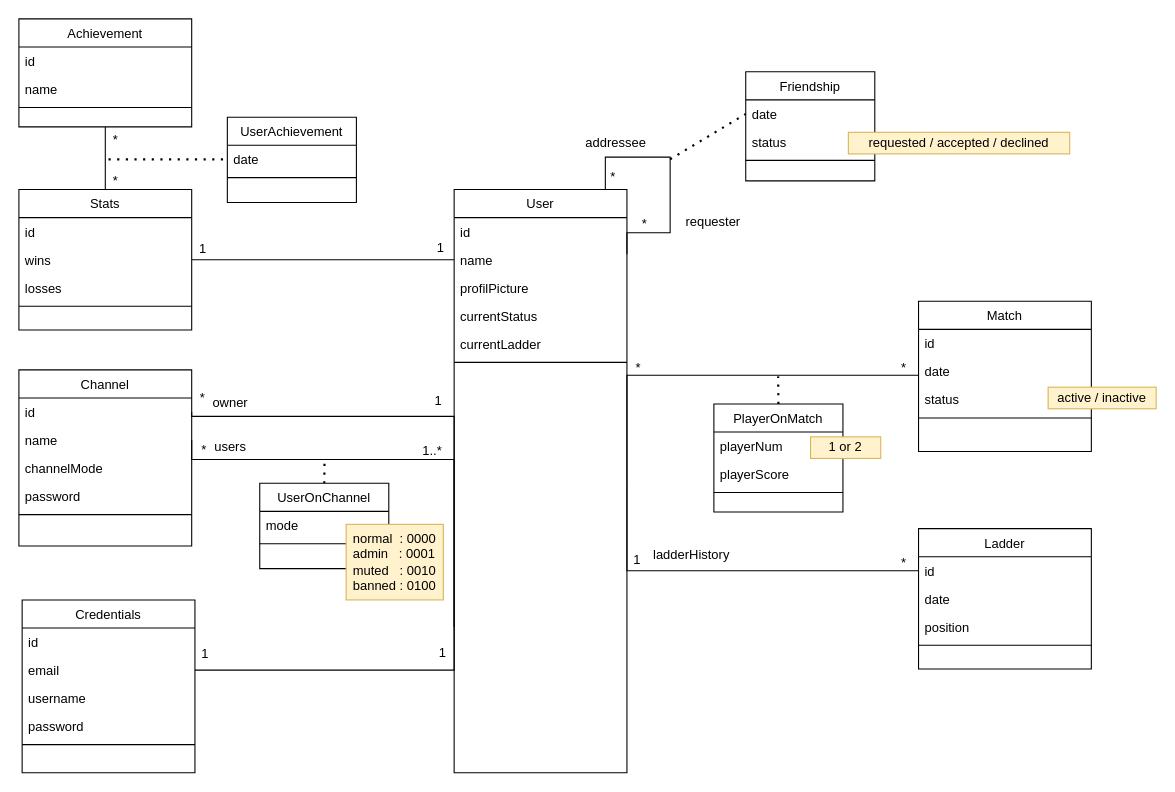
Earlier version of the draw.io diagram doc/datamodel.drawio (transcendence-42/ft_transcendence). Source tidied: cells renumbered, new cells numbered last; positions are measured from the earlier drawing's top-left corner, leaving out a move shared by most shapes. Both pictures are drawn from the tidied source at 108%, with x=0, y=0 at pixel (18, 18).
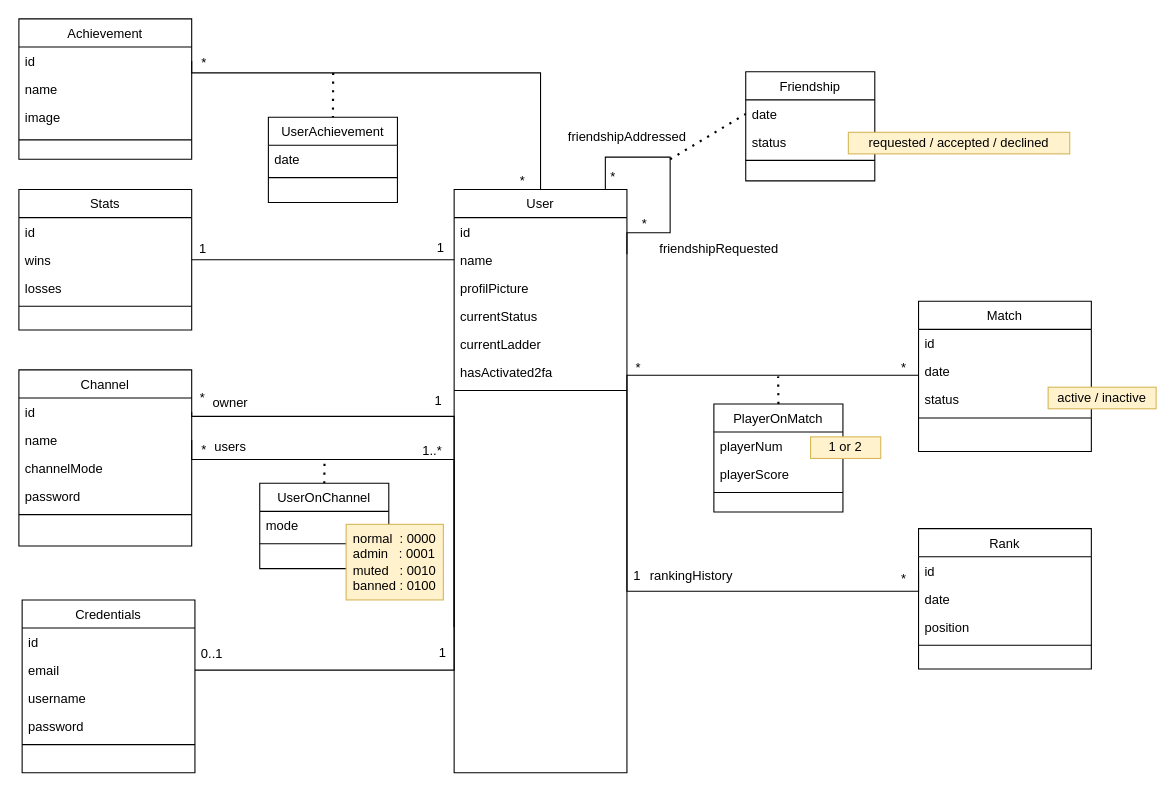
The same diagram, later.

Unchanged cells that the change refers to:
```xml
<mxCell id="2" value="User" style="swimlane;fontStyle=0;align=center;verticalAlign=top;horizontal=1;startSize=26;rounded=0;shadow=0;strokeWidth=1;" parent="1" vertex="1">
  <mxGeometry x="403" y="158" width="160" height="540" as="geometry" />
</mxCell>
<mxCell id="12" value="Stats" style="swimlane;fontStyle=0;align=center;verticalAlign=top;horizontal=1;startSize=26;rounded=0;shadow=0;strokeWidth=1;" parent="1" vertex="1">
  <mxGeometry y="158" width="160" height="130" as="geometry" />
</mxCell>
<mxCell id="19" value="id" style="text;align=left;verticalAlign=top;spacingLeft=4;spacingRight=4;overflow=hidden;points=[[0,0.5],[1,0.5]];portConstraint=eastwest;" parent="18" vertex="1">
  <mxGeometry y="26" width="160" height="26" as="geometry" />
</mxCell>
<mxCell id="75" value="id" style="text;align=left;verticalAlign=top;spacingLeft=4;spacingRight=4;overflow=hidden;points=[[0,0.5],[1,0.5]];portConstraint=eastwest;" parent="74" vertex="1">
  <mxGeometry y="26" width="160" height="26" as="geometry" />
</mxCell>
<mxCell id="82" value="date" style="text;align=left;verticalAlign=top;spacingLeft=4;spacingRight=4;overflow=hidden;points=[[0,0.5],[1,0.5]];portConstraint=eastwest;" parent="81" vertex="1">
  <mxGeometry y="26" width="119.5" height="26" as="geometry" />
</mxCell>
```

Diff of the diagram source:
```diff
@@
+    <mxCell id="91" value="hasActivated2fa" style="text;align=left;verticalAlign=top;spacingLeft=4;spacingRight=4;overflow=hidden;rounded=0;shadow=0;html=0;" parent="2" vertex="1">
+      <mxGeometry y="156" width="160" height="26" as="geometry" />
+    </mxCell>
     <mxCell id="11" style="line;html=1;strokeWidth=1;align=left;verticalAlign=middle;spacingTop=-1;spacingLeft=3;spacingRight=3;labelPosition=right;" parent="2" vertex="1">
-      <mxGeometry y="156" width="160" height="8" as="geometry" />
+      <mxGeometry y="182" width="160" height="8" as="geometry" />
     </mxCell>
@@
-    <mxCell id="17" value="addressee" style="text;html=1;strokeColor=none;fillColor=none;align=center;verticalAlign=middle;whiteSpace=wrap;rounded=0;" parent="1" vertex="1">
-      <mxGeometry x="523" y="100" width="60" height="30" as="geometry" />
+    <mxCell id="17" value="friendshipAddressed" style="text;html=1;strokeColor=none;fillColor=none;align=center;verticalAlign=middle;whiteSpace=wrap;rounded=0;" parent="1" vertex="1">
+      <mxGeometry x="505" y="95" width="117" height="30" as="geometry" />
     </mxCell>
-    <mxCell id="18" value="Ladder" style="swimlane;fontStyle=0;align=center;verticalAlign=top;horizontal=1;startSize=26;rounded=0;shadow=0;strokeWidth=1;" parent="1" vertex="1">
+    <mxCell id="18" value="Rank" style="swimlane;fontStyle=0;align=center;verticalAlign=top;horizontal=1;startSize=26;rounded=0;shadow=0;strokeWidth=1;" parent="1" vertex="1">
       <mxGeometry x="833" y="472" width="160" height="130" as="geometry" />
     </mxCell>
@@
     <mxCell id="23" style="endArrow=none;html=1;rounded=0;entryX=0;entryY=0.5;entryDx=0;entryDy=0;edgeStyle=orthogonalEdgeStyle;exitX=1;exitY=0.5;exitDx=0;exitDy=0;" parent="1" edge="1" source="2" target="19">
       <mxGeometry relative="1" as="geometry">
         <Array as="points">
-          <mxPoint x="563" y="511" />
+          <mxPoint x="563" y="530" />
+          <mxPoint x="833" y="530" />
         </Array>
       </mxGeometry>
     </mxCell>
     <mxCell id="24" value="*" style="align=right;verticalAlign=bottom;labelBackgroundColor=none;fontSize=12;" parent="1" vertex="1">
-      <mxGeometry x="823" y="512" as="geometry" />
+      <mxGeometry x="823" y="527" as="geometry" />
     </mxCell>
     <mxCell id="25" value="1" style="align=right;verticalAlign=bottom;labelBackgroundColor=none;fontSize=12;" parent="1" vertex="1">
-      <mxGeometry x="577" y="509" as="geometry" />
+      <mxGeometry x="577" y="524" as="geometry" />
     </mxCell>
-    <mxCell id="26" value="ladderHistory" style="text;html=1;strokeColor=none;fillColor=none;align=center;verticalAlign=middle;whiteSpace=wrap;rounded=0;" parent="1" vertex="1">
-      <mxGeometry x="583" y="482" width="80" height="30" as="geometry" />
+    <mxCell id="26" value="rankingHistory" style="text;html=1;strokeColor=none;fillColor=none;align=center;verticalAlign=middle;whiteSpace=wrap;rounded=0;" parent="1" vertex="1">
+      <mxGeometry x="583" y="501" width="80" height="30" as="geometry" />
     </mxCell>
@@
-    <mxCell id="45" value="requester" style="text;html=1;strokeColor=none;fillColor=none;align=center;verticalAlign=middle;whiteSpace=wrap;rounded=0;" parent="1" vertex="1">
-      <mxGeometry x="613" y="173" width="60" height="30" as="geometry" />
+    <mxCell id="45" value="friendshipRequested" style="text;html=1;strokeColor=none;fillColor=none;align=center;verticalAlign=middle;whiteSpace=wrap;rounded=0;" parent="1" vertex="1">
+      <mxGeometry x="590" y="198" width="117" height="30" as="geometry" />
     </mxCell>
@@
-    <mxCell id="53" value="1" style="align=right;verticalAlign=bottom;labelBackgroundColor=none;fontSize=12;" parent="1" vertex="1">
-      <mxGeometry x="177" y="596" as="geometry" />
+    <mxCell id="53" value="0..1" style="align=right;verticalAlign=bottom;labelBackgroundColor=none;fontSize=12;" parent="1" vertex="1">
+      <mxGeometry x="190" y="596" as="geometry" />
     </mxCell>
@@
     <mxCell id="74" value="Achievement" style="swimlane;fontStyle=0;align=center;verticalAlign=top;horizontal=1;startSize=26;rounded=0;shadow=0;strokeWidth=1;" parent="1" vertex="1">
-      <mxGeometry width="160" height="100" as="geometry" />
+      <mxGeometry width="160" height="130" as="geometry" />
     </mxCell>
@@
+    <mxCell id="92" value="image" style="text;align=left;verticalAlign=top;spacingLeft=4;spacingRight=4;overflow=hidden;rounded=0;shadow=0;html=0;" parent="74" vertex="1">
+      <mxGeometry y="78" width="160" height="26" as="geometry" />
+    </mxCell>
     <mxCell id="77" style="line;html=1;strokeWidth=1;align=left;verticalAlign=middle;spacingTop=-1;spacingLeft=3;spacingRight=3;labelPosition=right;" parent="74" vertex="1">
-      <mxGeometry y="78" width="160" height="8" as="geometry" />
+      <mxGeometry y="104" width="160" height="16" as="geometry" />
     </mxCell>
-    <mxCell id="78" style="endArrow=none;html=1;rounded=0;strokeColor=#000000;fillColor=#FF9999;entryX=0.5;entryY=1;entryDx=0;entryDy=0;exitX=0.5;exitY=0;exitDx=0;exitDy=0;" parent="1" edge="1" source="12" target="74">
-      <mxGeometry relative="1" as="geometry" />
+    <mxCell id="78" style="endArrow=none;html=1;rounded=0;strokeColor=#000000;fillColor=#FF9999;entryX=1;entryY=0.5;entryDx=0;entryDy=0;exitX=0.5;exitY=0;exitDx=0;exitDy=0;edgeStyle=orthogonalEdgeStyle;" parent="1" edge="1" source="2" target="75">
+      <mxGeometry relative="1" as="geometry">
+        <Array as="points">
+          <mxPoint x="483" y="50" />
+          <mxPoint x="160" y="50" />
+        </Array>
+      </mxGeometry>
     </mxCell>
     <mxCell id="79" value="*" style="align=right;verticalAlign=bottom;labelBackgroundColor=none;fontSize=12;" parent="1" vertex="1">
-      <mxGeometry x="93" y="120" as="geometry" />
+      <mxGeometry x="175" y="49" as="geometry" />
     </mxCell>
     <mxCell id="80" value="*" style="align=right;verticalAlign=bottom;labelBackgroundColor=none;fontSize=12;" parent="1" vertex="1">
-      <mxGeometry x="93" y="158" as="geometry" />
+      <mxGeometry x="470" y="158" as="geometry" />
     </mxCell>
     <mxCell id="81" value="UserAchievement" style="swimlane;fontStyle=0;align=center;verticalAlign=top;horizontal=1;startSize=26;rounded=0;shadow=0;strokeWidth=1;" parent="1" vertex="1">
-      <mxGeometry x="193" y="91" width="119.5" height="79" as="geometry" />
+      <mxGeometry x="231" y="91" width="119.5" height="79" as="geometry" />
     </mxCell>
@@
-    <mxCell id="84" style="endArrow=none;dashed=1;html=1;dashPattern=1 3;strokeWidth=2;rounded=0;fillColor=#FF9999;entryX=0;entryY=0.5;entryDx=0;entryDy=0;" parent="1" edge="1" target="82">
+    <mxCell id="84" style="endArrow=none;dashed=1;html=1;dashPattern=1 3;strokeWidth=2;rounded=0;fillColor=#FF9999;entryX=0.5;entryY=0;entryDx=0;entryDy=0;" parent="1" edge="1" target="81">
       <mxGeometry relative="1" as="geometry">
-        <mxPoint x="83" y="130" as="sourcePoint" />
+        <mxPoint x="291" y="50" as="sourcePoint" />
       </mxGeometry>
     </mxCell>
```
